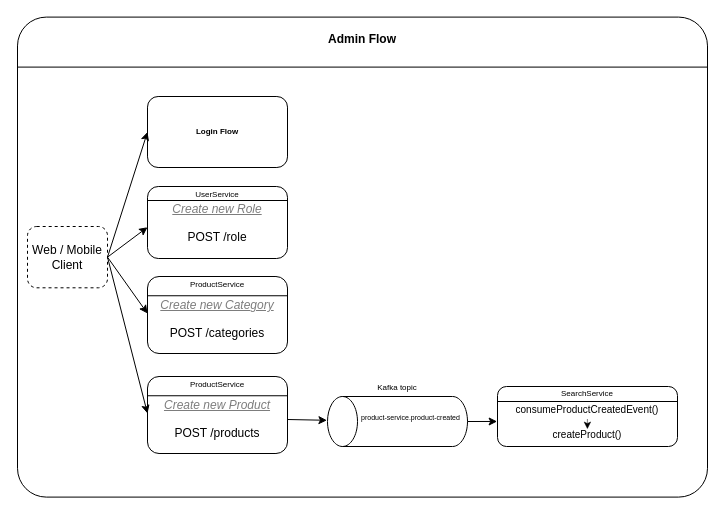
Earlier version of the draw.io diagram design-docs/high-level-design/data-flows/01-Admin-Flow.drawio (sridharpatil047/ecom). Source tidied: cells renumbered, new cells numbered last; positions are measured from the earlier drawing's top-left corner, leaving out a move shared by most shapes. Both pictures are drawn from the tidied source at 100%, with x=0, y=0 at pixel (17, 17).
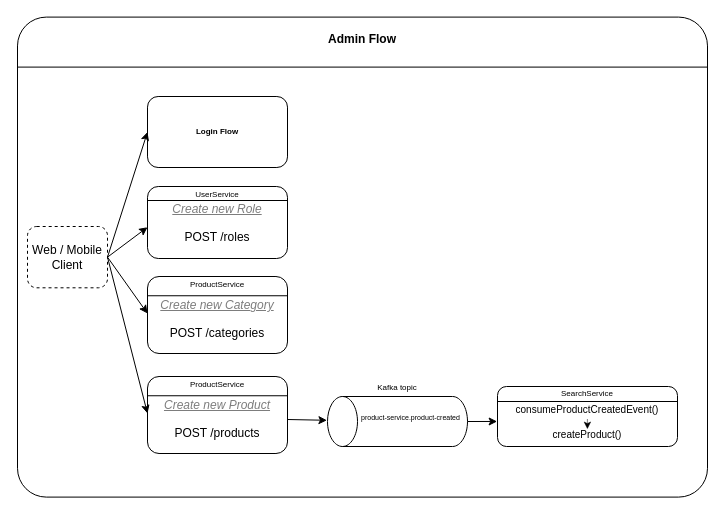
The same page after the edit.

The change refers to these unchanged cells:
```xml
<mxCell id="24" style="group;" parent="1" vertex="1">
  <mxGeometry x="130" y="170" width="140" height="69" as="geometry" />
</mxCell>
```

What changed in the source:
```diff
@@
-    <mxCell id="27" value="POST /role" style="text;html=1;align=center;verticalAlign=middle;whiteSpace=wrap;rounded=0;" parent="24" vertex="1">
+    <mxCell id="27" value="POST /roles" style="text;html=1;align=center;verticalAlign=middle;whiteSpace=wrap;rounded=0;" parent="24" vertex="1">
       <mxGeometry y="30" width="140" height="39" as="geometry" />
     </mxCell>
```
